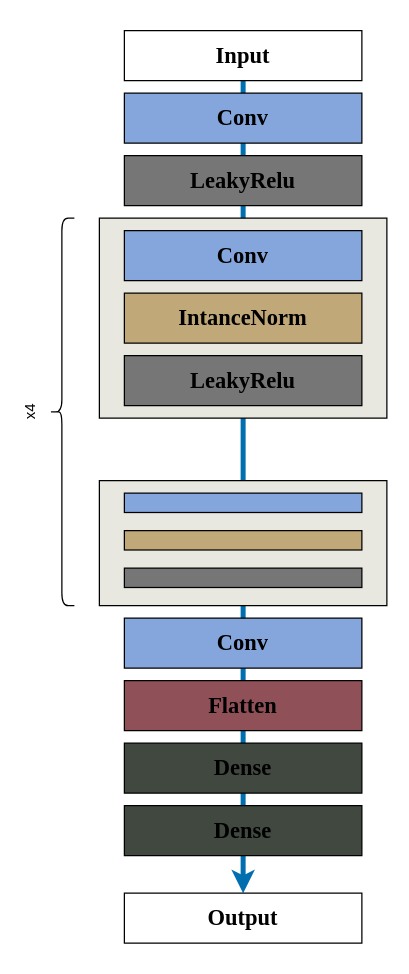
Before: discriminantor-architecture.drawio in LFNing/General, a draw.io diagram. Source tidied: cells renumbered, new cells numbered last; positions are measured from the earlier drawing's top-left corner, leaving out a move shared by most shapes. Both pictures are drawn from the tidied source at 125%, with x=0, y=0 at pixel (24, 30).
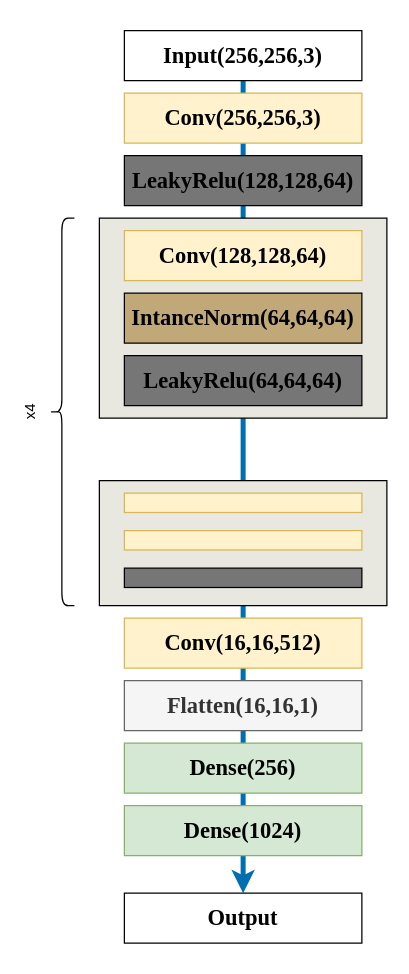
The same diagram, later.

The edit, as a diff of the source:
```diff
@@
-    <mxCell id="4" value="&lt;h5&gt;&lt;font style=&quot;font-size: 18px;&quot; face=&quot;Times New Roman&quot;&gt;Input&lt;/font&gt;&lt;/h5&gt;" style="rounded=0;whiteSpace=wrap;html=1;" parent="1" vertex="1">
+    <mxCell id="4" value="&lt;h5&gt;&lt;font style=&quot;font-size: 18px;&quot; face=&quot;Times New Roman&quot;&gt;Input(256,256,3)&lt;/font&gt;&lt;/h5&gt;" style="rounded=0;whiteSpace=wrap;html=1;" parent="1" vertex="1">
       <mxGeometry x="80" width="190" height="40" as="geometry" />
     </mxCell>
-    <mxCell id="5" value="&lt;h5&gt;&lt;font face=&quot;Times New Roman&quot;&gt;&lt;span style=&quot;font-size: 18px;&quot;&gt;Conv&lt;/span&gt;&lt;/font&gt;&lt;/h5&gt;" style="rounded=0;whiteSpace=wrap;html=1;fillColor=#85a6dc;" parent="1" vertex="1">
+    <mxCell id="5" value="&lt;h5&gt;&lt;font face=&quot;Times New Roman&quot;&gt;&lt;span style=&quot;font-size: 18px;&quot;&gt;Conv(256,256,3)&lt;/span&gt;&lt;/font&gt;&lt;/h5&gt;" style="rounded=0;whiteSpace=wrap;html=1;fillColor=#fff2cc;strokeColor=#d6b656;" parent="1" vertex="1">
       <mxGeometry x="80" y="50" width="190" height="40" as="geometry" />
     </mxCell>
-    <mxCell id="6" value="&lt;font style=&quot;font-size: 18px;&quot; face=&quot;Times New Roman&quot;&gt;&lt;b&gt;LeakyRelu&lt;/b&gt;&lt;/font&gt;" style="rounded=0;whiteSpace=wrap;html=1;fillColor=#767676;" parent="1" vertex="1">
+    <mxCell id="6" value="&lt;font style=&quot;font-size: 18px;&quot; face=&quot;Times New Roman&quot;&gt;&lt;b&gt;LeakyRelu(128,128,64)&lt;/b&gt;&lt;/font&gt;" style="rounded=0;whiteSpace=wrap;html=1;fillColor=#767676;" parent="1" vertex="1">
       <mxGeometry x="80" y="100" width="190" height="40" as="geometry" />
     </mxCell>
-    <mxCell id="7" value="&lt;h5&gt;&lt;font face=&quot;Times New Roman&quot;&gt;&lt;span style=&quot;font-size: 18px;&quot;&gt;Conv&lt;/span&gt;&lt;/font&gt;&lt;/h5&gt;" style="rounded=0;whiteSpace=wrap;html=1;fillColor=#85a6dc;" parent="1" vertex="1">
+    <mxCell id="7" value="&lt;h5&gt;&lt;font face=&quot;Times New Roman&quot;&gt;&lt;span style=&quot;font-size: 18px;&quot;&gt;Conv(128,128,64)&lt;/span&gt;&lt;/font&gt;&lt;/h5&gt;" style="rounded=0;whiteSpace=wrap;html=1;fillColor=#fff2cc;strokeColor=#d6b656;" parent="1" vertex="1">
       <mxGeometry x="80" y="160" width="190" height="40" as="geometry" />
     </mxCell>
-    <mxCell id="8" value="&lt;h5&gt;&lt;font style=&quot;font-size: 18px;&quot; face=&quot;Times New Roman&quot;&gt;IntanceNorm&lt;/font&gt;&lt;/h5&gt;" style="rounded=0;whiteSpace=wrap;html=1;fillColor=#C0A878;" parent="1" vertex="1">
+    <mxCell id="8" value="&lt;h5&gt;&lt;font style=&quot;font-size: 18px;&quot; face=&quot;Times New Roman&quot;&gt;IntanceNorm(64,64,64)&lt;/font&gt;&lt;/h5&gt;" style="rounded=0;whiteSpace=wrap;html=1;fillColor=#C0A878;" parent="1" vertex="1">
       <mxGeometry x="80" y="210" width="190" height="40" as="geometry" />
     </mxCell>
-    <mxCell id="9" value="&lt;b style=&quot;font-family: &amp;quot;Times New Roman&amp;quot;; font-size: 18px;&quot;&gt;LeakyRelu&lt;/b&gt;" style="rounded=0;whiteSpace=wrap;html=1;fillColor=#767676;" parent="1" vertex="1">
+    <mxCell id="9" value="&lt;b style=&quot;font-family: &amp;quot;Times New Roman&amp;quot;; font-size: 18px;&quot;&gt;LeakyRelu(64,64,64)&lt;/b&gt;" style="rounded=0;whiteSpace=wrap;html=1;fillColor=#767676;" parent="1" vertex="1">
       <mxGeometry x="80" y="260" width="190" height="40" as="geometry" />
     </mxCell>
@@
-    <mxCell id="11" style="rounded=0;whiteSpace=wrap;html=1;fillColor=#C0A878;" parent="1" vertex="1">
+    <mxCell id="11" style="rounded=0;whiteSpace=wrap;html=1;fillColor=#fff2cc;strokeColor=#d6b656;" parent="1" vertex="1">
       <mxGeometry x="80" y="400" width="190" height="15.5" as="geometry" />
     </mxCell>
-    <mxCell id="12" style="rounded=0;whiteSpace=wrap;html=1;fillColor=#85a6dc;" parent="1" vertex="1">
+    <mxCell id="12" style="rounded=0;whiteSpace=wrap;html=1;fillColor=#fff2cc;strokeColor=#d6b656;" parent="1" vertex="1">
       <mxGeometry x="80" y="370" width="190" height="15.5" as="geometry" />
     </mxCell>
@@
-    <mxCell id="14" value="&lt;h5&gt;&lt;font face=&quot;Times New Roman&quot;&gt;&lt;span style=&quot;font-size: 18px;&quot;&gt;Conv&lt;/span&gt;&lt;/font&gt;&lt;/h5&gt;" style="rounded=0;whiteSpace=wrap;html=1;fillColor=#85a6dc;" parent="1" vertex="1">
+    <mxCell id="14" value="&lt;h5&gt;&lt;font face=&quot;Times New Roman&quot;&gt;&lt;span style=&quot;font-size: 18px;&quot;&gt;Conv(16,16,512)&lt;/span&gt;&lt;/font&gt;&lt;/h5&gt;" style="rounded=0;whiteSpace=wrap;html=1;fillColor=#fff2cc;strokeColor=#d6b656;" parent="1" vertex="1">
       <mxGeometry x="80" y="470" width="190" height="40" as="geometry" />
     </mxCell>
-    <mxCell id="15" value="&lt;h5&gt;&lt;font face=&quot;Times New Roman&quot;&gt;&lt;span style=&quot;font-size: 18px;&quot;&gt;Dense&lt;/span&gt;&lt;/font&gt;&lt;/h5&gt;" style="rounded=0;whiteSpace=wrap;html=1;fillColor=#404840;" parent="1" vertex="1">
+    <mxCell id="15" value="&lt;h5&gt;&lt;font face=&quot;Times New Roman&quot;&gt;&lt;span style=&quot;font-size: 18px;&quot;&gt;Dense(1024)&lt;/span&gt;&lt;/font&gt;&lt;/h5&gt;" style="rounded=0;whiteSpace=wrap;html=1;fillColor=#d5e8d4;strokeColor=#82b366;" parent="1" vertex="1">
       <mxGeometry x="80" y="620" width="190" height="40" as="geometry" />
     </mxCell>
@@
-    <mxCell id="17" value="&lt;h5&gt;&lt;font face=&quot;Times New Roman&quot;&gt;&lt;span style=&quot;font-size: 18px;&quot;&gt;Flatten&lt;/span&gt;&lt;/font&gt;&lt;/h5&gt;" style="rounded=0;whiteSpace=wrap;html=1;fillColor=#905058;" parent="1" vertex="1">
+    <mxCell id="17" value="&lt;h5&gt;&lt;font face=&quot;Times New Roman&quot;&gt;&lt;span style=&quot;font-size: 18px;&quot;&gt;Flatten(16,16,1)&lt;/span&gt;&lt;/font&gt;&lt;/h5&gt;" style="rounded=0;whiteSpace=wrap;html=1;fillColor=#f5f5f5;strokeColor=#666666;fontColor=#333333;" parent="1" vertex="1">
       <mxGeometry x="80" y="520" width="190" height="40" as="geometry" />
     </mxCell>
-    <mxCell id="18" value="&lt;h5&gt;&lt;font face=&quot;Times New Roman&quot;&gt;&lt;span style=&quot;font-size: 18px;&quot;&gt;Dense&lt;/span&gt;&lt;/font&gt;&lt;/h5&gt;" style="rounded=0;whiteSpace=wrap;html=1;fillColor=#404840;" parent="1" vertex="1">
+    <mxCell id="18" value="&lt;h5&gt;&lt;font face=&quot;Times New Roman&quot;&gt;&lt;span style=&quot;font-size: 18px;&quot;&gt;Dense(256)&lt;/span&gt;&lt;/font&gt;&lt;/h5&gt;" style="rounded=0;whiteSpace=wrap;html=1;fillColor=#d5e8d4;strokeColor=#82b366;" parent="1" vertex="1">
       <mxGeometry x="80" y="570" width="190" height="40" as="geometry" />
     </mxCell>
```
